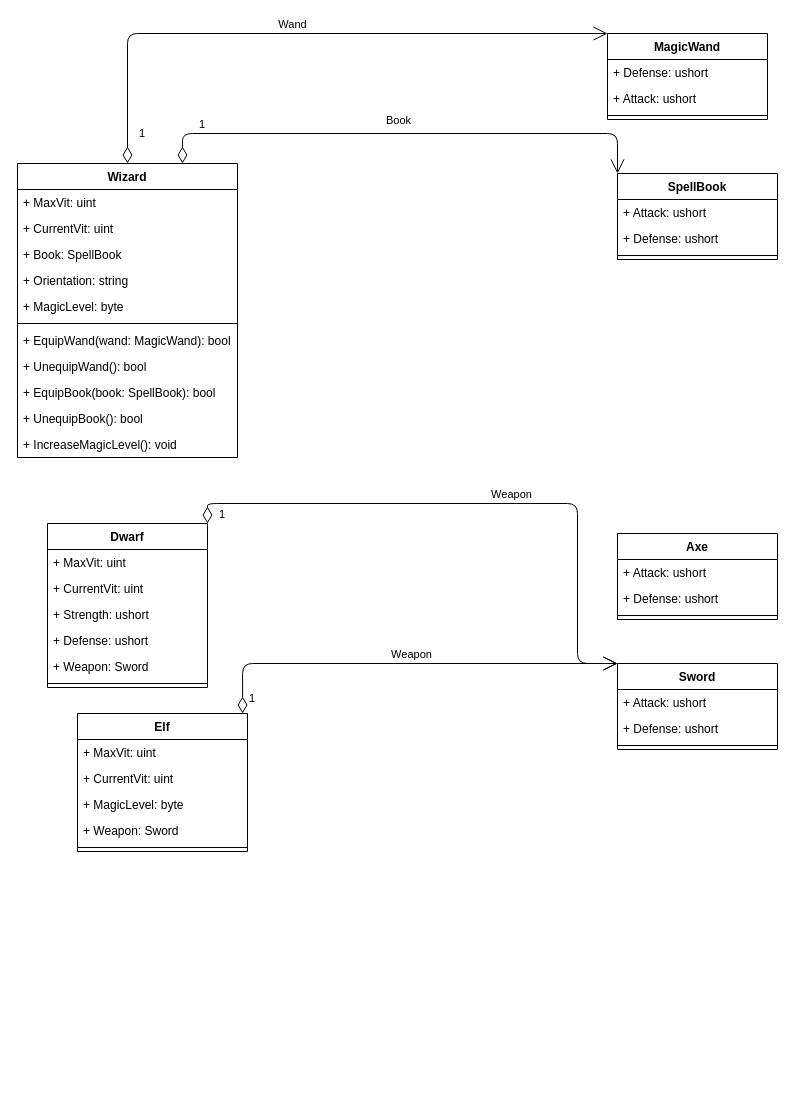
This is Assets/index.drawio from ProgramacionII-Equipo3/PII_RoleplayGame_1_Start, a draw.io file, before an edit. Source tidied: cells renumbered, new cells numbered last; positions are measured from the earlier drawing's top-left corner, leaving out a move shared by most shapes. Both pictures are drawn from the tidied source at 100%, with x=0, y=0 at pixel (17, 33).
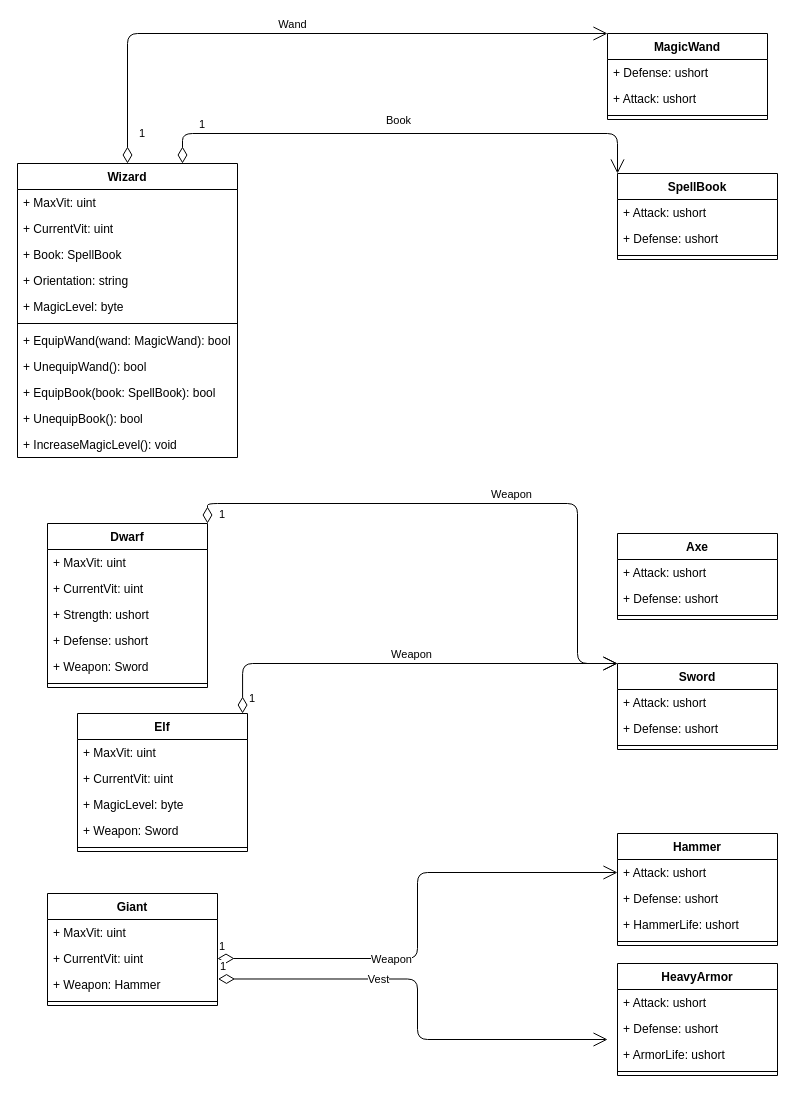
After the change.

Commit message:
Giant-weapon-item-Added

The edit, as a diff of the source:
```diff
@@
+    <mxCell id="51" value="Giant" style="swimlane;fontStyle=1;align=center;verticalAlign=top;horizontal=1;startSize=26;" parent="1" vertex="1">
+      <mxGeometry x="30" y="860" width="170" height="112" as="geometry" />
+    </mxCell>
+    <mxCell id="52" value="+ MaxVit: uint" style="text;strokeColor=none;fillColor=none;align=left;verticalAlign=top;spacingLeft=4;spacingRight=4;overflow=hidden;" parent="51" vertex="1">
+      <mxGeometry y="26" width="170" height="26" as="geometry" />
+    </mxCell>
+    <mxCell id="53" value="+ CurrentVit: uint" style="text;strokeColor=none;fillColor=none;align=left;verticalAlign=top;spacingLeft=4;spacingRight=4;overflow=hidden;points=[[0,0.5],[1,0.5]];portConstraint=eastwest;" parent="51" vertex="1">
+      <mxGeometry y="52" width="170" height="26" as="geometry" />
+    </mxCell>
+    <mxCell id="54" value="+ Weapon: Hammer" style="text;strokeColor=none;fillColor=none;align=left;verticalAlign=top;spacingLeft=4;spacingRight=4;overflow=hidden;points=[[0,0.5],[1,0.5]];portConstraint=eastwest;" parent="51" vertex="1">
+      <mxGeometry y="78" width="170" height="26" as="geometry" />
+    </mxCell>
+    <mxCell id="55" style="line;strokeWidth=1;fillColor=none;align=left;verticalAlign=middle;spacingTop=-1;spacingLeft=3;spacingRight=3;labelPosition=right;" parent="51" vertex="1">
+      <mxGeometry y="104" width="170" height="8" as="geometry" />
+    </mxCell>
+    <mxCell id="56" value="Hammer" style="swimlane;fontStyle=1;align=center;verticalAlign=top;horizontal=1;startSize=26;" parent="1" vertex="1">
+      <mxGeometry x="600" y="800" width="160" height="112" as="geometry" />
+    </mxCell>
+    <mxCell id="57" value="+ Attack: ushort" style="text;strokeColor=none;fillColor=none;align=left;verticalAlign=top;spacingLeft=4;spacingRight=4;overflow=hidden;points=[[0,0.5],[1,0.5]];portConstraint=eastwest;" parent="56" vertex="1">
+      <mxGeometry y="26" width="160" height="26" as="geometry" />
+    </mxCell>
+    <mxCell id="58" value="+ Defense: ushort" style="text;strokeColor=none;fillColor=none;align=left;verticalAlign=top;spacingLeft=4;spacingRight=4;overflow=hidden;" parent="56" vertex="1">
+      <mxGeometry y="52" width="160" height="26" as="geometry" />
+    </mxCell>
+    <mxCell id="59" value="+ HammerLife: ushort" style="text;strokeColor=none;fillColor=none;align=left;verticalAlign=top;spacingLeft=4;spacingRight=4;overflow=hidden;" parent="56" vertex="1">
+      <mxGeometry y="78" width="160" height="26" as="geometry" />
+    </mxCell>
+    <mxCell id="60" style="line;strokeWidth=1;fillColor=none;align=left;verticalAlign=middle;spacingTop=-1;spacingLeft=3;spacingRight=3;labelPosition=right;" parent="56" vertex="1">
+      <mxGeometry y="104" width="160" height="8" as="geometry" />
+    </mxCell>
+    <mxCell id="61" value="1" style="endArrow=open;html=1;endSize=12;startArrow=diamondThin;startSize=14;startFill=0;edgeStyle=orthogonalEdgeStyle;align=left;verticalAlign=bottom;exitX=1;exitY=0.5;exitDx=0;exitDy=0;entryX=0;entryY=0.5;entryDx=0;entryDy=0;" parent="1" edge="1" source="53" target="57">
+      <mxGeometry x="-1" y="3" relative="1" as="geometry" />
+    </mxCell>
+    <mxCell id="62" value="Weapon" style="edgeLabel;html=1;align=center;verticalAlign=middle;" parent="61" vertex="1">
+      <mxGeometry x="-0.29" relative="1" as="geometry" />
+    </mxCell>
+    <mxCell id="63" value="HeavyArmor" style="swimlane;fontStyle=1;align=center;verticalAlign=top;horizontal=1;startSize=26;" parent="1" vertex="1">
+      <mxGeometry x="600" y="930" width="160" height="112" as="geometry" />
+    </mxCell>
+    <mxCell id="64" value="+ Attack: ushort" style="text;strokeColor=none;fillColor=none;align=left;verticalAlign=top;spacingLeft=4;spacingRight=4;overflow=hidden;" parent="63" vertex="1">
+      <mxGeometry y="26" width="160" height="26" as="geometry" />
+    </mxCell>
+    <mxCell id="65" value="+ Defense: ushort" style="text;strokeColor=none;fillColor=none;align=left;verticalAlign=top;spacingLeft=4;spacingRight=4;overflow=hidden;" parent="63" vertex="1">
+      <mxGeometry y="52" width="160" height="26" as="geometry" />
+    </mxCell>
+    <mxCell id="66" value="+ ArmorLife: ushort" style="text;strokeColor=none;fillColor=none;align=left;verticalAlign=top;spacingLeft=4;spacingRight=4;overflow=hidden;points=[[0,0.5],[1,0.5]];portConstraint=eastwest;" parent="63" vertex="1">
+      <mxGeometry y="78" width="160" height="26" as="geometry" />
+    </mxCell>
+    <mxCell id="67" style="line;strokeWidth=1;fillColor=none;align=left;verticalAlign=middle;spacingTop=-1;spacingLeft=3;spacingRight=3;labelPosition=right;" parent="63" vertex="1">
+      <mxGeometry y="104" width="160" height="8" as="geometry" />
+    </mxCell>
+    <mxCell id="68" value="1" style="endArrow=open;html=1;endSize=12;startArrow=diamondThin;startSize=14;startFill=0;edgeStyle=orthogonalEdgeStyle;align=left;verticalAlign=bottom;exitX=1.003;exitY=0.288;exitDx=0;exitDy=0;entryX=-0.062;entryY=-0.077;entryDx=0;entryDy=0;entryPerimeter=0;exitPerimeter=0;" parent="1" edge="1" source="54" target="66">
+      <mxGeometry x="-1" y="3" relative="1" as="geometry" />
+    </mxCell>
+    <mxCell id="69" value="Vest" style="edgeLabel;html=1;align=center;verticalAlign=middle;" parent="68" vertex="1">
+      <mxGeometry x="-0.29" relative="1" as="geometry" />
+    </mxCell>
```
